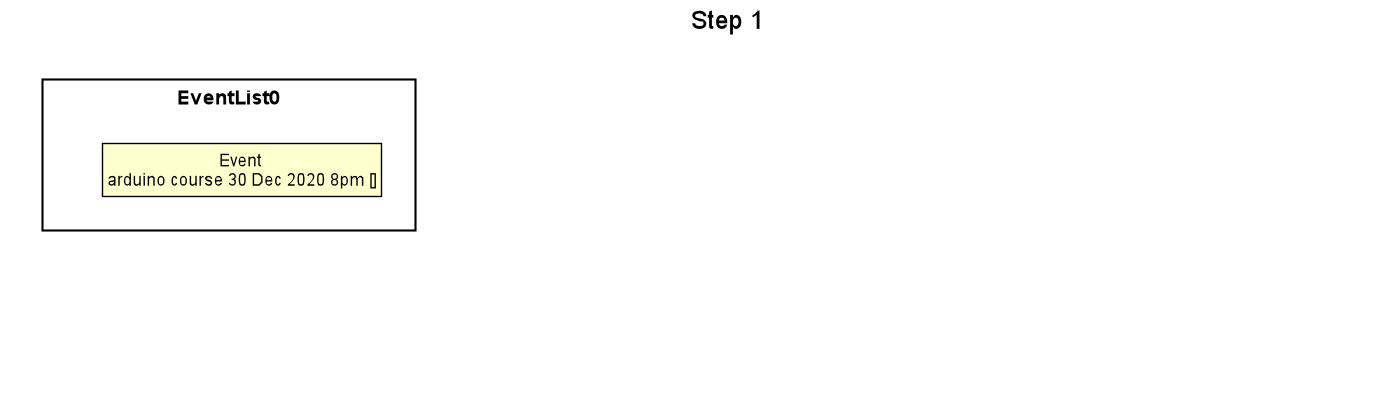
The PlantUML diagram docs/EventDiagram/EventSteps/7Step1.png in nus-cs2113-AY2021S1/tp, before a commit.
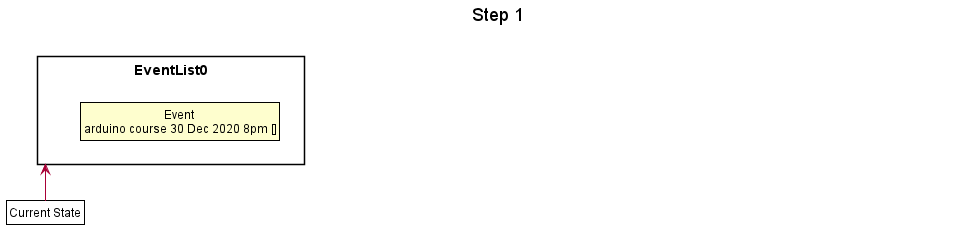
The same diagram one commit later.

Diff of the diagram source:
```diff
@@ -53,18 +53,13 @@
     class State1 as "Event \narduino course 30 Dec 2020 8pm []"
 }
 
-package EventList1 {
-    class State4 as "Event \narduino course 30 Dec 2020 8pm [Harry Potter, John Sterling]"
-}
-
 package MemberList0 {
     class State2 as "Member \nJohn Sterling 12345678 123@gmail.com member"
     class State3 as "Member \nHarry Potter 88888888 qaz@gmail.com president"
 }
 
-EventList0 -->EventList1
-MemberList0 -->EventList1
+hide MemberList0
+class Pointer as "Current State" #FFFFF
+Pointer -up-> EventList0
 
-hide EventList1
-hide MemberList0
 @enduml
```
